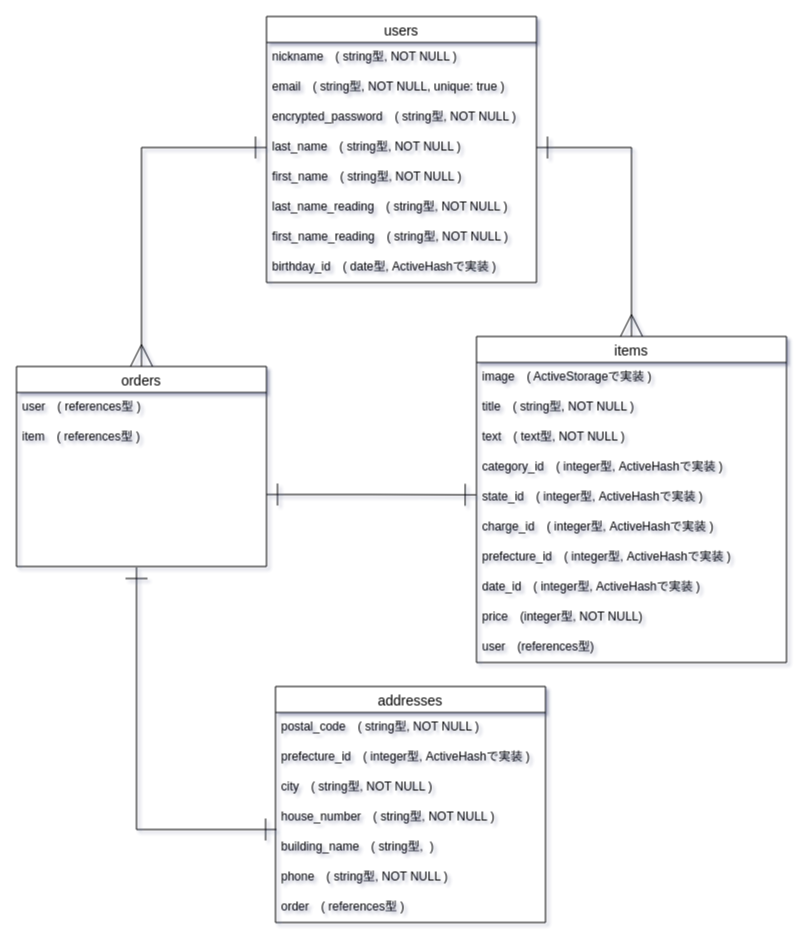
Earlier version of the draw.io diagram furima-36122.dio (yabebebebe/furima-36122). Source tidied: cells renumbered, new cells numbered last; positions are measured from the earlier drawing's top-left corner, leaving out a move shared by most shapes. Both pictures are drawn from the tidied source at 100%, with x=0, y=0 at pixel (16, 16).
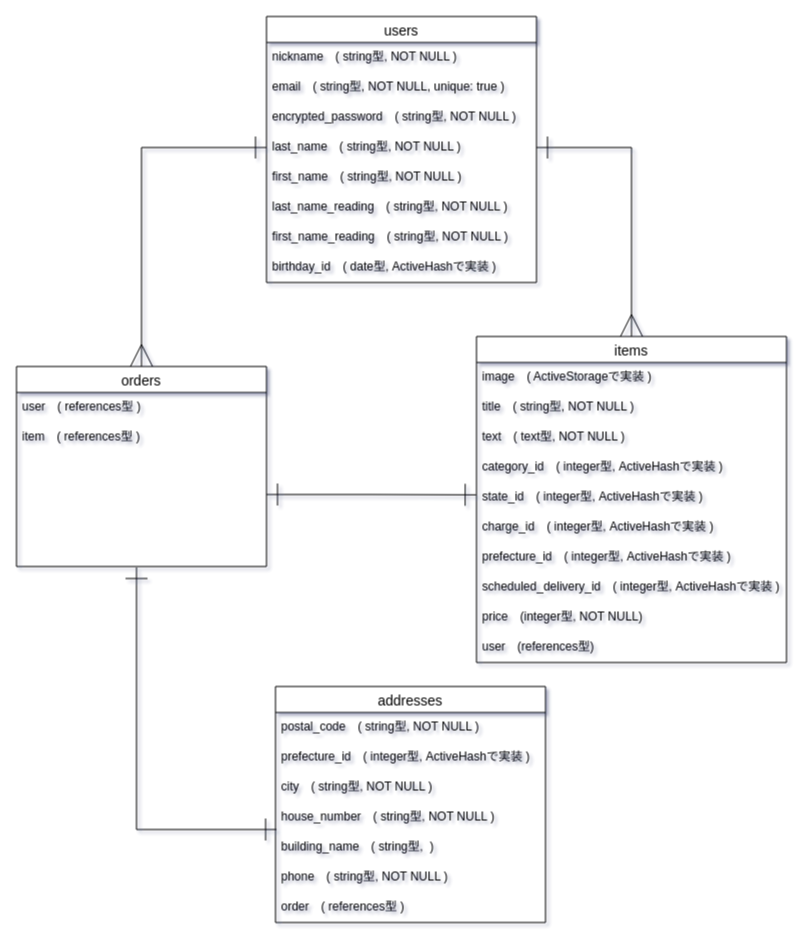
The same diagram, later.

Commit message (it also covers changes not shown here):
データベース設計実装の修正２

The change refers to these unchanged cells:
```xml
<mxCell id="12" value="items" style="swimlane;fontStyle=0;horizontal=1;startSize=26;align=center;fontSize=14;" parent="1" vertex="1">
  <mxGeometry x="460" y="320" width="310" height="326" as="geometry" />
</mxCell>
```

Change to the diagram source:
```diff
@@
-    <mxCell id="20" value="date_id　( integer型, ActiveHashで実装 )" style="text;strokeColor=none;fillColor=none;spacingLeft=4;spacingRight=4;overflow=hidden;fontSize=12;" parent="12" vertex="1">
+    <mxCell id="20" value="scheduled_delivery_id　( integer型, ActiveHashで実装 )" style="text;strokeColor=none;fillColor=none;spacingLeft=4;spacingRight=4;overflow=hidden;fontSize=12;" parent="12" vertex="1">
       <mxGeometry y="236" width="310" height="30" as="geometry" />
     </mxCell>
```
